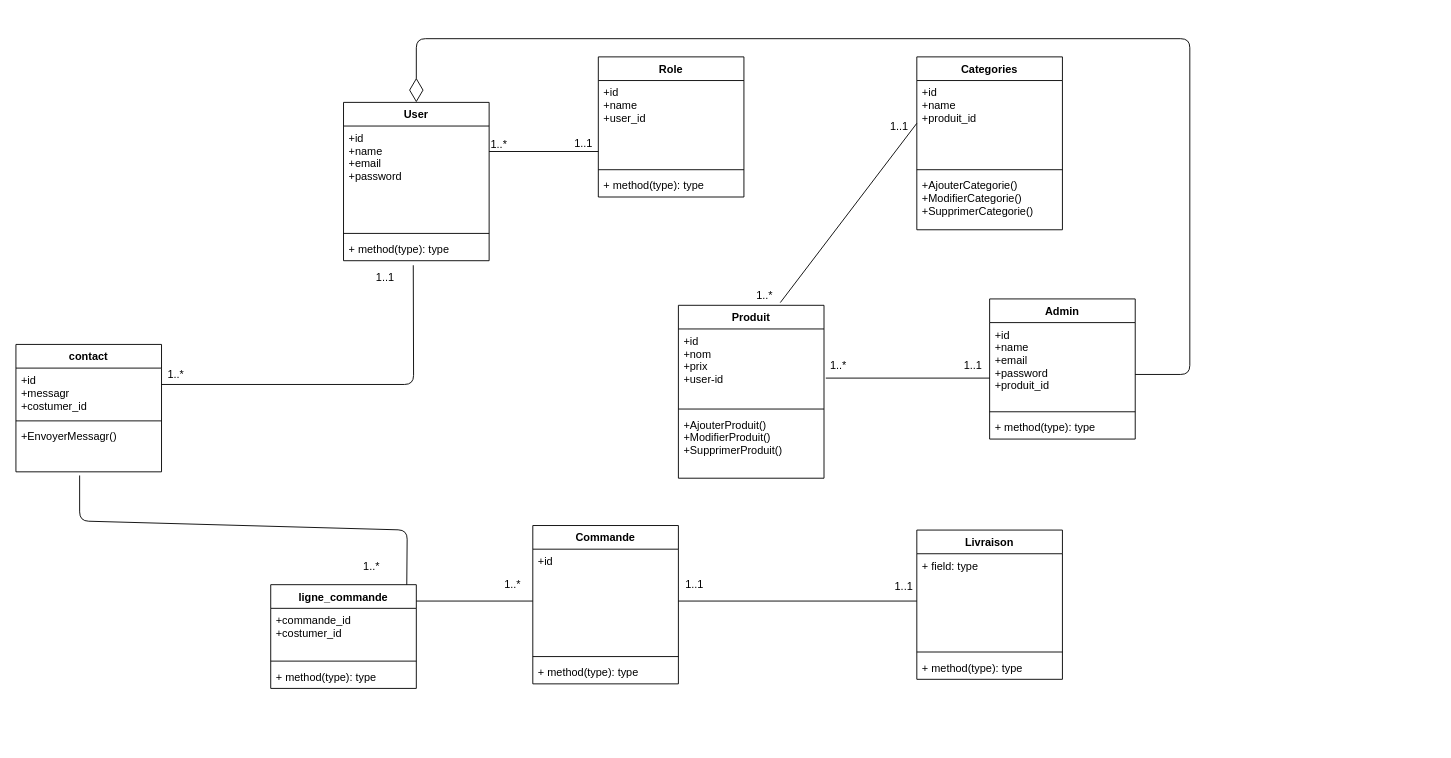
The draw.io diagram conception/DC.drawio in AmeksaKhadija/FilRouge, before the edit. Source tidied: cells renumbered, new cells numbered last; positions are measured from the earlier drawing's top-left corner, leaving out a move shared by most shapes. Both pictures are drawn from the tidied source at 91%, with x=0, y=0 at pixel (15, 38).
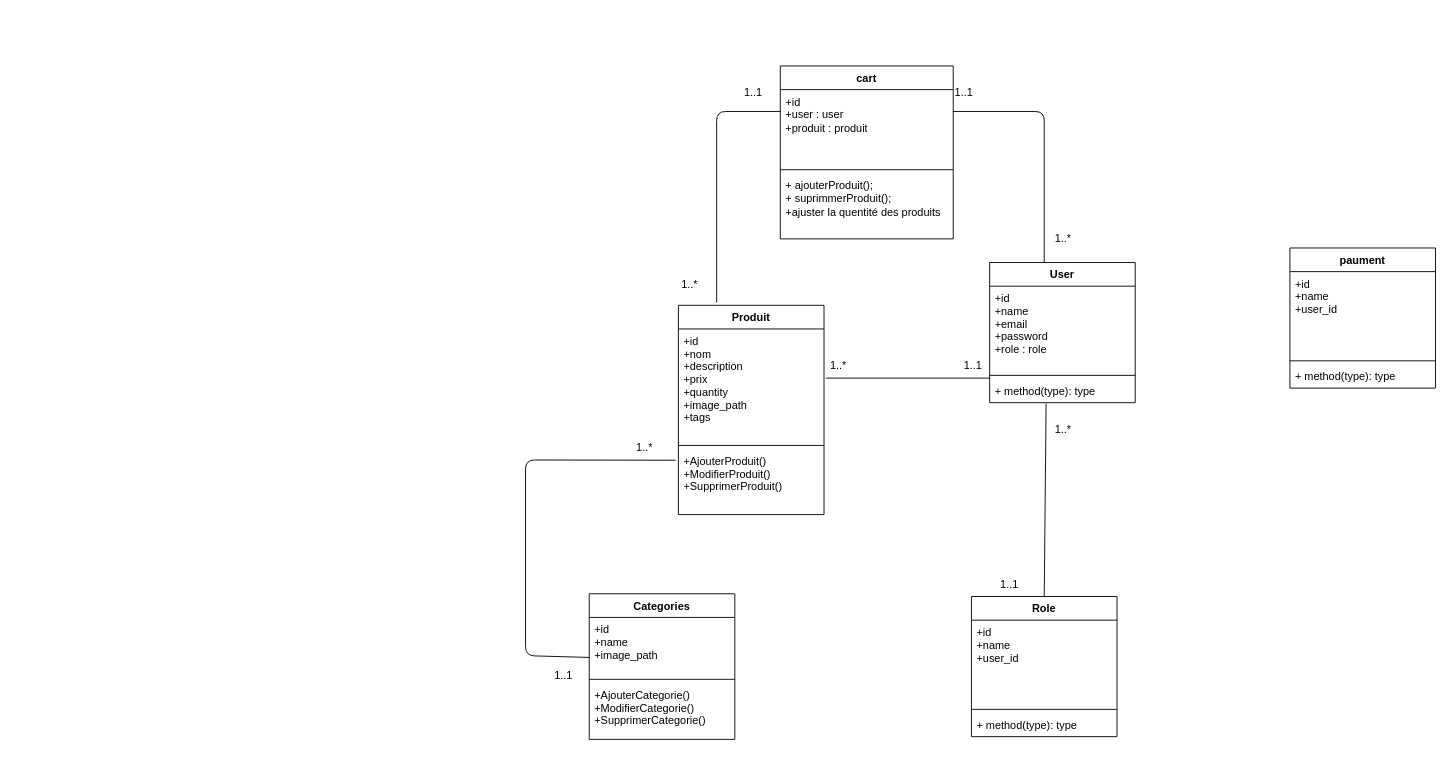
The same page after the edit.

Commit message (it also covers changes not shown here):
rendre la carte vide lorsque l'utilisateur passe une commande

Diff of the diagram source:
```diff
@@
     <mxCell id="2" value="Produit" style="swimlane;fontStyle=1;align=center;verticalAlign=top;horizontal=1;startSize=26;" parent="1" vertex="1">
-      <mxGeometry x="728" y="293" width="160" height="190" as="geometry" />
+      <mxGeometry x="728" y="293" width="160" height="230" as="geometry" />
     </mxCell>
-    <mxCell id="3" value="+id&#10;+nom&#10;+prix&#10;+user-id&#10;&#10;" style="text;strokeColor=none;fillColor=none;align=left;verticalAlign=top;spacingLeft=4;spacingRight=4;overflow=hidden;" parent="2" vertex="1">
-      <mxGeometry y="26" width="160" height="84" as="geometry" />
+    <mxCell id="3" value="+id&#10;+nom&#10;+description&#10;+prix&#10;+quantity&#10;+image_path&#10;+tags&#10;" style="text;strokeColor=none;fillColor=none;align=left;verticalAlign=top;spacingLeft=4;spacingRight=4;overflow=hidden;" parent="2" vertex="1">
+      <mxGeometry y="26" width="160" height="124" as="geometry" />
     </mxCell>
     <mxCell id="4" style="line;strokeWidth=1;fillColor=none;align=left;verticalAlign=middle;spacingTop=-1;spacingLeft=3;spacingRight=3;labelPosition=right;" parent="2" vertex="1">
-      <mxGeometry y="110" width="160" height="8" as="geometry" />
+      <mxGeometry y="150" width="160" height="8" as="geometry" />
     </mxCell>
     <mxCell id="5" value="+AjouterProduit()&#10;+ModifierProduit()&#10;+SupprimerProduit()" style="text;strokeColor=none;fillColor=none;align=left;verticalAlign=top;spacingLeft=4;spacingRight=4;overflow=hidden;points=[[0,0.5],[1,0.5]];portConstraint=eastwest;" parent="2" vertex="1">
-      <mxGeometry y="118" width="160" height="72" as="geometry" />
+      <mxGeometry y="158" width="160" height="72" as="geometry" />
     </mxCell>
     <mxCell id="6" value="User" style="swimlane;fontStyle=1;align=center;verticalAlign=top;horizontal=1;startSize=26;" parent="1" vertex="1">
-      <mxGeometry x="360" y="70" width="160" height="174" as="geometry" />
+      <mxGeometry x="1070" y="246" width="160" height="154" as="geometry" />
     </mxCell>
-    <mxCell id="7" value="+id&#10;+name&#10;+email&#10;+password&#10;" style="text;strokeColor=none;fillColor=none;align=left;verticalAlign=top;spacingLeft=4;spacingRight=4;overflow=hidden;" parent="6" vertex="1">
-      <mxGeometry y="26" width="160" height="114" as="geometry" />
+    <mxCell id="7" value="+id&#10;+name&#10;+email&#10;+password&#10;+role : role" style="text;strokeColor=none;fillColor=none;align=left;verticalAlign=top;spacingLeft=4;spacingRight=4;overflow=hidden;" parent="6" vertex="1">
+      <mxGeometry y="26" width="160" height="94" as="geometry" />
     </mxCell>
     <mxCell id="8" style="line;strokeWidth=1;fillColor=none;align=left;verticalAlign=middle;spacingTop=-1;spacingLeft=3;spacingRight=3;labelPosition=right;" parent="6" vertex="1">
-      <mxGeometry y="140" width="160" height="8" as="geometry" />
+      <mxGeometry y="120" width="160" height="8" as="geometry" />
     </mxCell>
     <mxCell id="9" value="+ method(type): type" style="text;strokeColor=none;fillColor=none;align=left;verticalAlign=top;spacingLeft=4;spacingRight=4;overflow=hidden;points=[[0,0.5],[1,0.5]];portConstraint=eastwest;" parent="6" vertex="1">
-      <mxGeometry y="148" width="160" height="26" as="geometry" />
+      <mxGeometry y="128" width="160" height="26" as="geometry" />
     </mxCell>
     <mxCell id="10" value="Role" style="swimlane;fontStyle=1;align=center;verticalAlign=top;horizontal=1;startSize=26;" parent="1" vertex="1">
-      <mxGeometry x="640" y="20" width="160" height="154" as="geometry" />
+      <mxGeometry x="1050" y="613" width="160" height="154" as="geometry" />
     </mxCell>
@@
     <mxCell id="14" value="Categories" style="swimlane;fontStyle=1;align=center;verticalAlign=top;horizontal=1;startSize=26;" parent="1" vertex="1">
-      <mxGeometry x="990" y="20" width="160" height="190" as="geometry" />
+      <mxGeometry x="630" y="610" width="160" height="160" as="geometry" />
     </mxCell>
-    <mxCell id="15" value="+id&#10;+name&#10;+produit_id&#10;&#10;" style="text;strokeColor=none;fillColor=none;align=left;verticalAlign=top;spacingLeft=4;spacingRight=4;overflow=hidden;points=[[0,0.5],[1,0.5]];portConstraint=eastwest;" parent="14" vertex="1">
-      <mxGeometry y="26" width="160" height="94" as="geometry" />
+    <mxCell id="15" value="+id&#10;+name&#10;+image_path&#10;" style="text;strokeColor=none;fillColor=none;align=left;verticalAlign=top;spacingLeft=4;spacingRight=4;overflow=hidden;points=[[0,0.5],[1,0.5]];portConstraint=eastwest;" parent="14" vertex="1">
+      <mxGeometry y="26" width="160" height="64" as="geometry" />
     </mxCell>
     <mxCell id="16" style="line;strokeWidth=1;fillColor=none;align=left;verticalAlign=middle;spacingTop=-1;spacingLeft=3;spacingRight=3;labelPosition=right;" parent="14" vertex="1">
-      <mxGeometry y="120" width="160" height="8" as="geometry" />
+      <mxGeometry y="90" width="160" height="8" as="geometry" />
     </mxCell>
     <mxCell id="17" value="+AjouterCategorie()&#10;+ModifierCategorie()&#10;+SupprimerCategorie()" style="text;strokeColor=none;fillColor=none;align=left;verticalAlign=top;spacingLeft=4;spacingRight=4;overflow=hidden;" parent="14" vertex="1">
-      <mxGeometry y="128" width="160" height="62" as="geometry" />
+      <mxGeometry y="98" width="160" height="62" as="geometry" />
     </mxCell>
-    <mxCell id="18" value="Commande" style="swimlane;fontStyle=1;align=center;verticalAlign=top;horizontal=1;startSize=26;" parent="1" vertex="1">
-      <mxGeometry x="568" y="535" width="160" height="174" as="geometry" />
-    </mxCell>
-    <mxCell id="19" value="+id&#10;" style="text;strokeColor=none;fillColor=none;align=left;verticalAlign=top;spacingLeft=4;spacingRight=4;overflow=hidden;points=[[0,0.5],[1,0.5]];portConstraint=eastwest;" parent="18" vertex="1">
-      <mxGeometry y="26" width="160" height="114" as="geometry" />
-    </mxCell>
-    <mxCell id="20" style="line;strokeWidth=1;fillColor=none;align=left;verticalAlign=middle;spacingTop=-1;spacingLeft=3;spacingRight=3;labelPosition=right;" parent="18" vertex="1">
-      <mxGeometry y="140" width="160" height="8" as="geometry" />
-    </mxCell>
-    <mxCell id="21" value="+ method(type): type" style="text;strokeColor=none;fillColor=none;align=left;verticalAlign=top;spacingLeft=4;spacingRight=4;overflow=hidden;" parent="18" vertex="1">
-      <mxGeometry y="148" width="160" height="26" as="geometry" />
-    </mxCell>
-    <mxCell id="22" value="Livraison" style="swimlane;fontStyle=1;align=center;verticalAlign=top;horizontal=1;startSize=26;" parent="1" vertex="1">
-      <mxGeometry x="990" y="540" width="160" height="164" as="geometry" />
-    </mxCell>
-    <mxCell id="23" value="+ field: type" style="text;strokeColor=none;fillColor=none;align=left;verticalAlign=top;spacingLeft=4;spacingRight=4;overflow=hidden;points=[[0,0.5],[1,0.5]];portConstraint=eastwest;" parent="22" vertex="1">
-      <mxGeometry y="26" width="160" height="104" as="geometry" />
-    </mxCell>
-    <mxCell id="24" style="line;strokeWidth=1;fillColor=none;align=left;verticalAlign=middle;spacingTop=-1;spacingLeft=3;spacingRight=3;labelPosition=right;" parent="22" vertex="1">
-      <mxGeometry y="130" width="160" height="8" as="geometry" />
-    </mxCell>
-    <mxCell id="25" value="+ method(type): type" style="text;strokeColor=none;fillColor=none;align=left;verticalAlign=top;spacingLeft=4;spacingRight=4;overflow=hidden;" parent="22" vertex="1">
-      <mxGeometry y="138" width="160" height="26" as="geometry" />
-    </mxCell>
-    <mxCell id="26" value="Admin" style="swimlane;fontStyle=1;align=center;verticalAlign=top;horizontal=1;startSize=26;" parent="1" vertex="1">
-      <mxGeometry x="1070" y="286" width="160" height="154" as="geometry" />
-    </mxCell>
-    <mxCell id="27" value="+id&#10;+name&#10;+email&#10;+password&#10;+produit_id" style="text;strokeColor=none;fillColor=none;align=left;verticalAlign=top;spacingLeft=4;spacingRight=4;overflow=hidden;" parent="26" vertex="1">
-      <mxGeometry y="26" width="160" height="94" as="geometry" />
-    </mxCell>
-    <mxCell id="28" style="line;strokeWidth=1;fillColor=none;align=left;verticalAlign=middle;spacingTop=-1;spacingLeft=3;spacingRight=3;labelPosition=right;" parent="26" vertex="1">
-      <mxGeometry y="120" width="160" height="8" as="geometry" />
-    </mxCell>
-    <mxCell id="29" value="+ method(type): type" style="text;strokeColor=none;fillColor=none;align=left;verticalAlign=top;spacingLeft=4;spacingRight=4;overflow=hidden;" parent="26" vertex="1">
-      <mxGeometry y="128" width="160" height="26" as="geometry" />
-    </mxCell>
@@
-    <mxCell id="33" style="endArrow=none;html=1;entryX=0;entryY=0.5;entryDx=0;entryDy=0;" parent="1" edge="1" target="15">
+    <mxCell id="33" style="endArrow=none;html=1;exitX=-0.019;exitY=0.17;exitDx=0;exitDy=0;exitPerimeter=0;entryX=0;entryY=0.687;entryDx=0;entryDy=0;entryPerimeter=0;" parent="1" edge="1" source="5" target="15">
       <mxGeometry relative="1" as="geometry">
-        <mxPoint x="840" y="290" as="sourcePoint" />
+        <Array as="points">
+          <mxPoint x="560" y="463" />
+          <mxPoint x="560" y="678" />
+        </Array>
       </mxGeometry>
     </mxCell>
     <mxCell id="34" value="1..*" style="text;html=1;align=left;verticalAlign=top;spacingTop=-4;" parent="1" vertex="1">
-      <mxGeometry x="812" y="273" width="30" height="20" as="geometry" />
+      <mxGeometry x="680" y="440" width="30" height="20" as="geometry" />
     </mxCell>
     <mxCell id="35" value="1..1" style="text;html=1;align=left;verticalAlign=top;spacingTop=-4;" parent="1" vertex="1">
-      <mxGeometry x="959" y="87" width="40" height="20" as="geometry" />
+      <mxGeometry x="590" y="690" width="40" height="20" as="geometry" />
     </mxCell>
-    <mxCell id="36" style="endArrow=none;html=1;" parent="1" edge="1">
-      <mxGeometry relative="1" as="geometry">
-        <mxPoint x="520" y="124" as="sourcePoint" />
-        <mxPoint x="640" y="124" as="targetPoint" />
-      </mxGeometry>
-    </mxCell>
-    <mxCell id="37" value="1..*" style="text;html=1;align=left;verticalAlign=top;spacingTop=-4;" parent="1" vertex="1">
-      <mxGeometry x="520" y="107" width="30" height="20" as="geometry" />
-    </mxCell>
-    <mxCell id="38" value="1..1" style="text;html=1;align=left;verticalAlign=top;spacingTop=-4;" parent="1" vertex="1">
-      <mxGeometry x="612" y="106" width="40" height="20" as="geometry" />
-    </mxCell>
-    <mxCell id="39" value="1..*" style="text;html=1;align=left;verticalAlign=top;spacingTop=-4;" parent="1" vertex="1">
-      <mxGeometry x="380" y="570" width="30" height="20" as="geometry" />
-    </mxCell>
-    <mxCell id="40" value="1..*" style="text;html=1;align=left;verticalAlign=top;spacingTop=-4;" parent="1" vertex="1">
-      <mxGeometry x="535" y="590" width="30" height="20" as="geometry" />
-    </mxCell>
-    <mxCell id="41" style="endArrow=none;html=1;entryX=0;entryY=0.5;entryDx=0;entryDy=0;exitX=1;exitY=0.5;exitDx=0;exitDy=0;" parent="1" edge="1" source="19" target="23">
-      <mxGeometry relative="1" as="geometry" />
-    </mxCell>
-    <mxCell id="42" value="1..1" style="text;html=1;align=left;verticalAlign=top;spacingTop=-4;" parent="1" vertex="1">
-      <mxGeometry x="734" y="590" width="40" height="20" as="geometry" />
-    </mxCell>
-    <mxCell id="43" value="1..1" style="text;html=1;align=left;verticalAlign=top;spacingTop=-4;" parent="1" vertex="1">
-      <mxGeometry x="964" y="592" width="40" height="20" as="geometry" />
-    </mxCell>
-    <mxCell id="44" style="endArrow=diamondThin;endFill=0;endSize=24;html=1;entryX=0.5;entryY=0;entryDx=0;entryDy=0;" parent="1" edge="1" target="6">
-      <mxGeometry relative="1" as="geometry">
-        <mxPoint x="1230" y="369" as="sourcePoint" />
-        <Array as="points">
-          <mxPoint x="1290" y="369" />
-          <mxPoint x="1290" />
-          <mxPoint x="440" />
-        </Array>
-      </mxGeometry>
-    </mxCell>
-    <mxCell id="45" value="ligne_commande" style="swimlane;fontStyle=1;align=center;verticalAlign=top;horizontal=1;startSize=26;" parent="1" vertex="1">
-      <mxGeometry x="280" y="600" width="160" height="114" as="geometry" />
-    </mxCell>
-    <mxCell id="46" value="+commande_id&#10;+costumer_id" style="text;strokeColor=none;fillColor=none;align=left;verticalAlign=top;spacingLeft=4;spacingRight=4;overflow=hidden;" parent="45" vertex="1">
-      <mxGeometry y="26" width="160" height="54" as="geometry" />
-    </mxCell>
-    <mxCell id="47" style="line;strokeWidth=1;fillColor=none;align=left;verticalAlign=middle;spacingTop=-1;spacingLeft=3;spacingRight=3;labelPosition=right;" parent="45" vertex="1">
-      <mxGeometry y="80" width="160" height="8" as="geometry" />
-    </mxCell>
-    <mxCell id="48" value="+ method(type): type" style="text;strokeColor=none;fillColor=none;align=left;verticalAlign=top;spacingLeft=4;spacingRight=4;overflow=hidden;" parent="45" vertex="1">
-      <mxGeometry y="88" width="160" height="26" as="geometry" />
-    </mxCell>
-    <mxCell id="49" style="endArrow=none;html=1;" parent="1" edge="1">
-      <mxGeometry relative="1" as="geometry">
-        <mxPoint x="429.5" y="600" as="sourcePoint" />
-        <mxPoint x="70" y="480" as="targetPoint" />
-        <Array as="points">
-          <mxPoint x="430" y="540" />
-          <mxPoint x="70" y="530" />
-        </Array>
-      </mxGeometry>
-    </mxCell>
-    <mxCell id="50" style="endArrow=none;html=1;entryX=0;entryY=0.5;entryDx=0;entryDy=0;" parent="1" edge="1" target="19">
-      <mxGeometry relative="1" as="geometry">
-        <mxPoint x="440" y="618" as="sourcePoint" />
-      </mxGeometry>
-    </mxCell>
-    <mxCell id="51" value="contact" style="swimlane;fontStyle=1;align=center;verticalAlign=top;horizontal=1;startSize=26;" parent="1" vertex="1">
-      <mxGeometry y="336" width="160" height="140" as="geometry" />
-    </mxCell>
-    <mxCell id="52" value="+id&#10;+messagr&#10;+costumer_id" style="text;strokeColor=none;fillColor=none;align=left;verticalAlign=top;spacingLeft=4;spacingRight=4;overflow=hidden;" parent="51" vertex="1">
-      <mxGeometry y="26" width="160" height="54" as="geometry" />
-    </mxCell>
-    <mxCell id="53" style="line;strokeWidth=1;fillColor=none;align=left;verticalAlign=middle;spacingTop=-1;spacingLeft=3;spacingRight=3;labelPosition=right;" parent="51" vertex="1">
-      <mxGeometry y="80" width="160" height="8" as="geometry" />
-    </mxCell>
-    <mxCell id="54" value="+EnvoyerMessagr()" style="text;strokeColor=none;fillColor=none;align=left;verticalAlign=top;spacingLeft=4;spacingRight=4;overflow=hidden;" parent="51" vertex="1">
-      <mxGeometry y="88" width="160" height="52" as="geometry" />
-    </mxCell>
-    <mxCell id="55" style="endArrow=none;html=1;entryX=0.479;entryY=1.192;entryDx=0;entryDy=0;entryPerimeter=0;" parent="1" edge="1" target="9">
-      <mxGeometry relative="1" as="geometry">
-        <mxPoint x="160" y="380" as="sourcePoint" />
-        <Array as="points">
-          <mxPoint x="437" y="380" />
-        </Array>
-      </mxGeometry>
-    </mxCell>
-    <mxCell id="56" value="1..1" style="text;html=1;align=left;verticalAlign=top;spacingTop=-4;" parent="1" vertex="1">
-      <mxGeometry x="394" y="253" width="40" height="20" as="geometry" />
-    </mxCell>
-    <mxCell id="57" value="1..*" style="text;html=1;align=left;verticalAlign=top;spacingTop=-4;" parent="1" vertex="1">
-      <mxGeometry x="165" y="359" width="30" height="20" as="geometry" />
-    </mxCell>
+    <mxCell id="58" style="endArrow=none;html=1;entryX=0.388;entryY=1.041;entryDx=0;entryDy=0;entryPerimeter=0;exitX=0.5;exitY=0;exitDx=0;exitDy=0;" parent="1" edge="1" source="10" target="9">
+      <mxGeometry relative="1" as="geometry" />
+    </mxCell>
+    <mxCell id="59" value="1..*" style="text;html=1;align=left;verticalAlign=top;spacingTop=-4;" parent="1" vertex="1">
+      <mxGeometry x="1140" y="420" width="30" height="20" as="geometry" />
+    </mxCell>
+    <mxCell id="60" value="1..1" style="text;html=1;align=left;verticalAlign=top;spacingTop=-4;" parent="1" vertex="1">
+      <mxGeometry x="1080" y="590" width="40" height="20" as="geometry" />
+    </mxCell>
+    <mxCell id="61" value="cart" style="swimlane;fontStyle=1;align=center;verticalAlign=top;horizontal=1;startSize=26;whiteSpace=wrap;html=1;" parent="1" vertex="1">
+      <mxGeometry x="840" y="30" width="190" height="190" as="geometry" />
+    </mxCell>
+    <mxCell id="62" value="+id&lt;br&gt;+user : user&lt;br&gt;+produit : produit&lt;br&gt;" style="text;strokeColor=none;fillColor=none;align=left;verticalAlign=top;spacingLeft=4;spacingRight=4;overflow=hidden;whiteSpace=wrap;html=1;" parent="61" vertex="1">
+      <mxGeometry y="26" width="190" height="84" as="geometry" />
+    </mxCell>
+    <mxCell id="63" style="line;strokeWidth=1;fillColor=none;align=left;verticalAlign=middle;spacingTop=-1;spacingLeft=3;spacingRight=3;labelPosition=right;strokeColor=inherit;" parent="61" vertex="1">
+      <mxGeometry y="110" width="190" height="8" as="geometry" />
+    </mxCell>
+    <mxCell id="64" value="+ ajouterProduit();&lt;br&gt;+ suprimmerProduit();&lt;br&gt;+ajuster la quentité des produits" style="text;strokeColor=none;fillColor=none;align=left;verticalAlign=top;spacingLeft=4;spacingRight=4;overflow=hidden;whiteSpace=wrap;html=1;" parent="61" vertex="1">
+      <mxGeometry y="118" width="190" height="72" as="geometry" />
+    </mxCell>
+    <mxCell id="65" style="endArrow=none;html=1;" parent="1" edge="1">
+      <mxGeometry relative="1" as="geometry">
+        <mxPoint x="770" y="290" as="sourcePoint" />
+        <mxPoint x="840" y="80" as="targetPoint" />
+        <Array as="points">
+          <mxPoint x="770" y="80" />
+        </Array>
+      </mxGeometry>
+    </mxCell>
+    <mxCell id="66" style="endArrow=none;html=1;" parent="1" edge="1">
+      <mxGeometry relative="1" as="geometry">
+        <mxPoint x="1130" y="246" as="sourcePoint" />
+        <mxPoint x="1030" y="80" as="targetPoint" />
+        <Array as="points">
+          <mxPoint x="1130" y="80" />
+        </Array>
+      </mxGeometry>
+    </mxCell>
+    <mxCell id="67" value="paument" style="swimlane;fontStyle=1;align=center;verticalAlign=top;horizontal=1;startSize=26;" parent="1" vertex="1">
+      <mxGeometry x="1400" y="230" width="160" height="154" as="geometry" />
+    </mxCell>
+    <mxCell id="68" value="+id&#10;+name&#10;+user_id" style="text;strokeColor=none;fillColor=none;align=left;verticalAlign=top;spacingLeft=4;spacingRight=4;overflow=hidden;" parent="67" vertex="1">
+      <mxGeometry y="26" width="160" height="94" as="geometry" />
+    </mxCell>
+    <mxCell id="28" style="line;strokeWidth=1;fillColor=none;align=left;verticalAlign=middle;spacingTop=-1;spacingLeft=3;spacingRight=3;labelPosition=right;" parent="67" vertex="1">
+      <mxGeometry y="120" width="160" height="8" as="geometry" />
+    </mxCell>
+    <mxCell id="29" value="+ method(type): type" style="text;strokeColor=none;fillColor=none;align=left;verticalAlign=top;spacingLeft=4;spacingRight=4;overflow=hidden;" parent="67" vertex="1">
+      <mxGeometry y="128" width="160" height="26" as="geometry" />
+    </mxCell>
+    <mxCell id="69" value="1..*" style="text;html=1;align=left;verticalAlign=top;spacingTop=-4;" parent="1" vertex="1">
+      <mxGeometry x="1140" y="210" width="40" height="20" as="geometry" />
+    </mxCell>
+    <mxCell id="70" value="1..1" style="text;html=1;align=left;verticalAlign=top;spacingTop=-4;" parent="1" vertex="1">
+      <mxGeometry x="1030" y="50" width="40" height="20" as="geometry" />
+    </mxCell>
+    <mxCell id="71" value="1..*" style="text;html=1;align=center;verticalAlign=middle;strokeColor=none;fillColor=none;" parent="1" vertex="1">
+      <mxGeometry x="720" y="255" width="40" height="30" as="geometry" />
+    </mxCell>
+    <mxCell id="72" value="1..1" style="text;html=1;align=center;verticalAlign=middle;strokeColor=none;fillColor=none;" parent="1" vertex="1">
+      <mxGeometry x="790" y="45" width="40" height="30" as="geometry" />
+    </mxCell>
```
